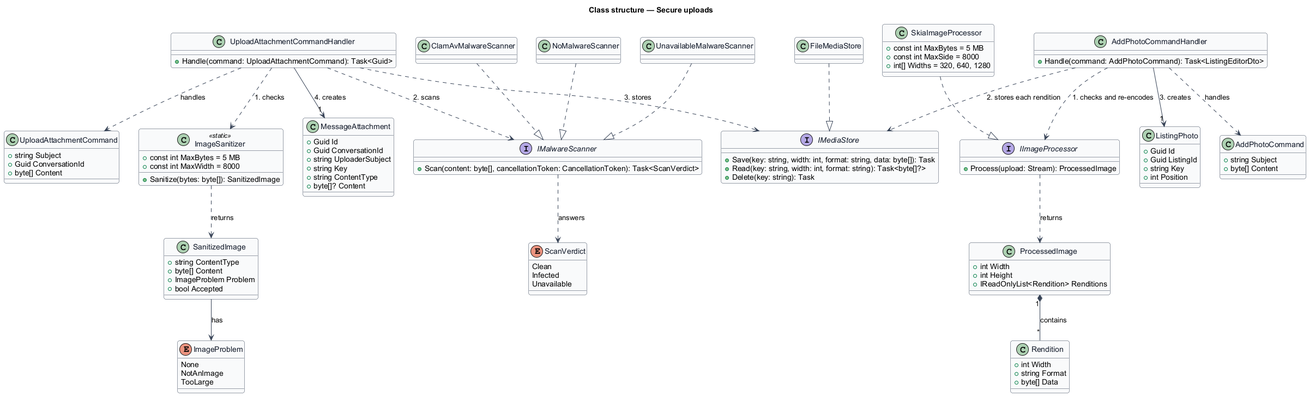
Before: docs/detailed-designs/security/secure-uploads/diagrams/class-structure.png, a diagram exported from PlantUML (QuinntyneBrown/jubilee). Its diagram source:
```plantuml
@startuml
skinparam backgroundColor #FFFFFF
skinparam shadowing false
skinparam roundcorner 8
skinparam defaultFontName Arial
skinparam ArrowColor #344054
skinparam class {
  BorderColor #344054
  FontColor #101828
  BackgroundColor #F9FAFB
}
title Class structure — Secure uploads

class UploadAttachmentCommand {
  +string Subject
  +Guid ConversationId
  +byte[] Content
}

class UploadAttachmentCommandHandler {
  +Handle(command: UploadAttachmentCommand): Task<Guid>
}

class ImageSanitizer <<static>> {
  +const int MaxBytes = 5 MB
  +const int MaxWidth = 8000
  +Sanitize(bytes: byte[]): SanitizedImage
}

class SanitizedImage {
  +string ContentType
  +byte[] Content
  +ImageProblem Problem
  +bool Accepted
}

enum ImageProblem {
  None
  NotAnImage
  TooLarge
}

interface IMalwareScanner {
  +Scan(content: byte[], cancellationToken: CancellationToken): Task<ScanVerdict>
}

enum ScanVerdict {
  Clean
  Infected
  Unavailable
}

class ClamAvMalwareScanner
class NoMalwareScanner
class UnavailableMalwareScanner

interface IMediaStore {
  +Save(key: string, width: int, format: string, data: byte[]): Task
  +Read(key: string, width: int, format: string): Task<byte[]?>
  +Delete(key: string): Task
}

class FileMediaStore

class MessageAttachment {
  +Guid Id
  +Guid ConversationId
  +string UploaderSubject
  +string Key
  +string ContentType
  +byte[]? Content
}

class AddPhotoCommand {
  +string Subject
  +byte[] Content
}

class AddPhotoCommandHandler {
  +Handle(command: AddPhotoCommand): Task<ListingEditorDto>
}

interface IImageProcessor {
  +Process(upload: Stream): ProcessedImage
}

class SkiaImageProcessor {
  +const int MaxBytes = 5 MB
  +const int MaxSide = 8000
  +int[] Widths = 320, 640, 1280
}

class ProcessedImage {
  +int Width
  +int Height
  +IReadOnlyList<Rendition> Renditions
}

class Rendition {
  +int Width
  +string Format
  +byte[] Data
}

class ListingPhoto {
  +Guid Id
  +Guid ListingId
  +string Key
  +int Position
}

UploadAttachmentCommandHandler ..> UploadAttachmentCommand : handles
UploadAttachmentCommandHandler ..> ImageSanitizer : 1. checks
UploadAttachmentCommandHandler ..> IMalwareScanner : 2. scans
UploadAttachmentCommandHandler ..> IMediaStore : 3. stores
UploadAttachmentCommandHandler --> "1" MessageAttachment : 4. creates
ImageSanitizer ..> SanitizedImage : returns
SanitizedImage --> ImageProblem : has
IMalwareScanner ..> ScanVerdict : answers
ClamAvMalwareScanner ..|> IMalwareScanner
NoMalwareScanner ..|> IMalwareScanner
UnavailableMalwareScanner ..|> IMalwareScanner
FileMediaStore ..|> IMediaStore
AddPhotoCommandHandler ..> AddPhotoCommand : handles
AddPhotoCommandHandler ..> IImageProcessor : 1. checks and re-encodes
AddPhotoCommandHandler ..> IMediaStore : 2. stores each rendition
AddPhotoCommandHandler --> "1" ListingPhoto : 3. creates
SkiaImageProcessor ..|> IImageProcessor
IImageProcessor ..> ProcessedImage : returns
ProcessedImage "1" *-- "*" Rendition : contains
@enduml
```
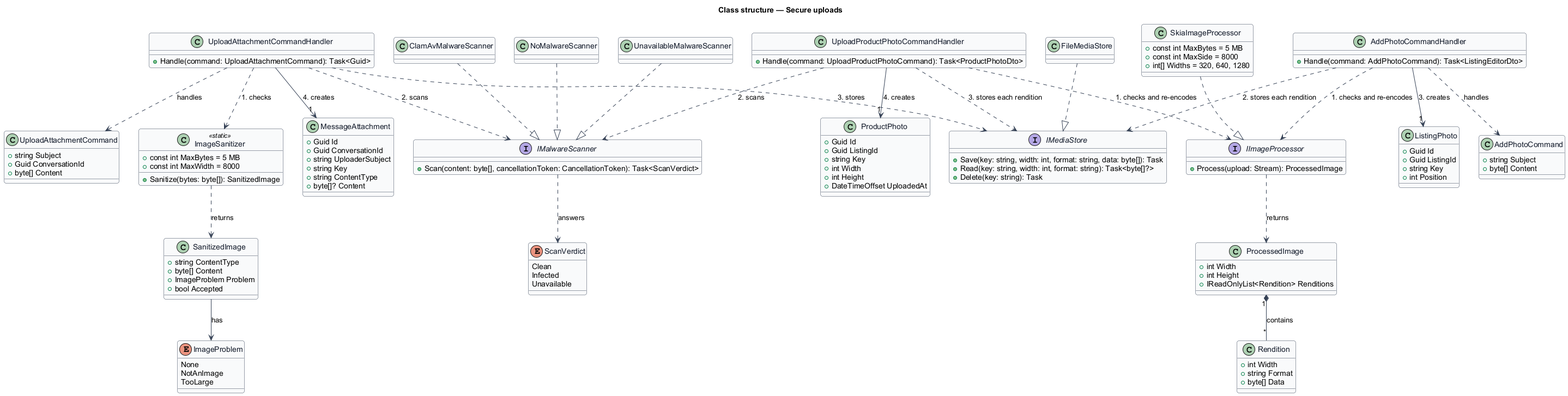
After the change.

Diff of the diagram source:
```diff
@@ -109,6 +109,19 @@
   +int Position
 }
 
+class UploadProductPhotoCommandHandler {
+  +Handle(command: UploadProductPhotoCommand): Task<ProductPhotoDto>
+}
+
+class ProductPhoto {
+  +Guid Id
+  +Guid ListingId
+  +string Key
+  +int Width
+  +int Height
+  +DateTimeOffset UploadedAt
+}
+
 UploadAttachmentCommandHandler ..> UploadAttachmentCommand : handles
 UploadAttachmentCommandHandler ..> ImageSanitizer : 1. checks
 UploadAttachmentCommandHandler ..> IMalwareScanner : 2. scans
@@ -128,4 +141,8 @@
 SkiaImageProcessor ..|> IImageProcessor
 IImageProcessor ..> ProcessedImage : returns
 ProcessedImage "1" *-- "*" Rendition : contains
+UploadProductPhotoCommandHandler ..> IImageProcessor : 1. checks and re-encodes
+UploadProductPhotoCommandHandler ..> IMalwareScanner : 2. scans
+UploadProductPhotoCommandHandler ..> IMediaStore : 3. stores each rendition
+UploadProductPhotoCommandHandler --> "1" ProductPhoto : 4. creates
 @enduml
```
